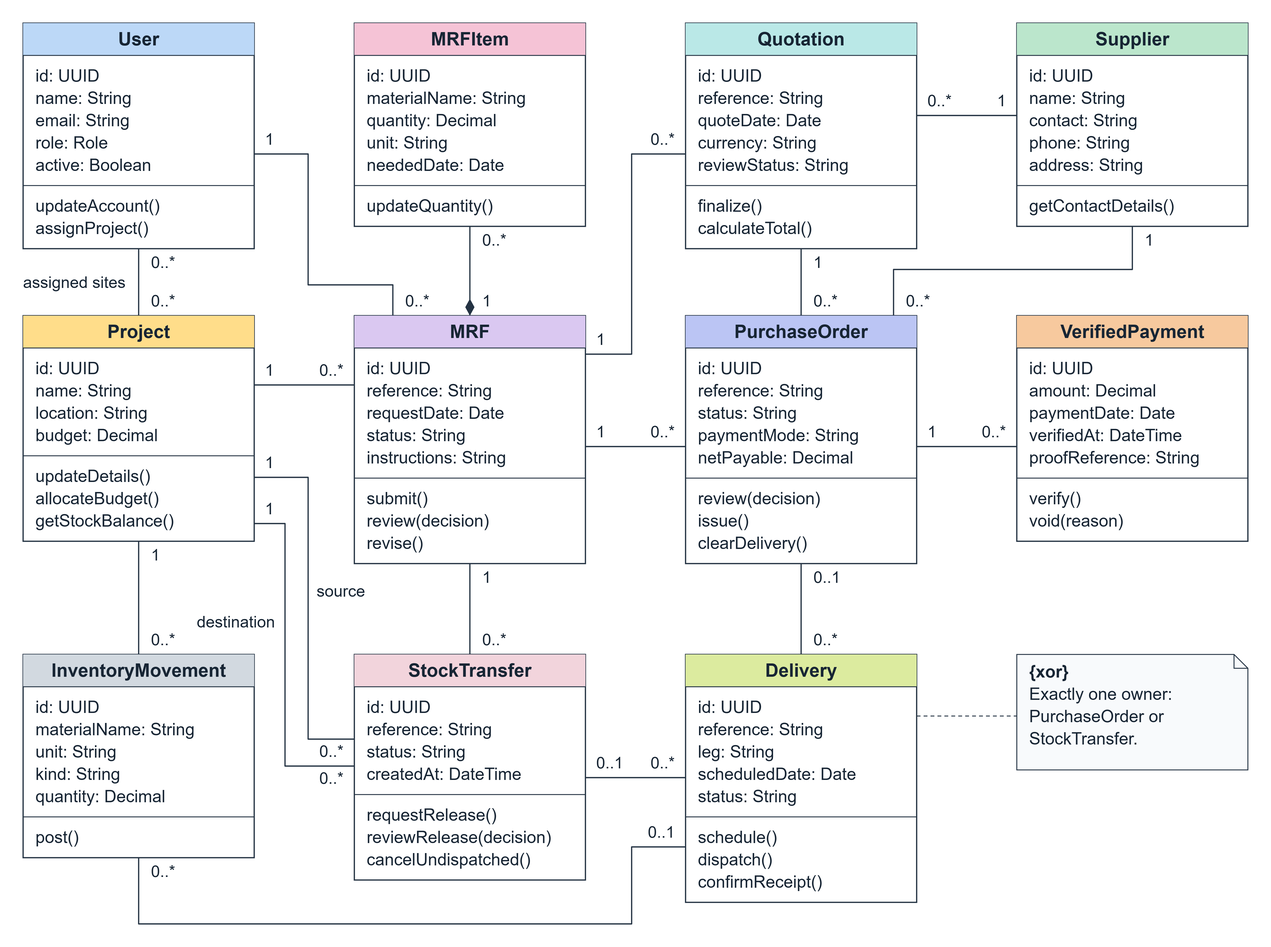
Earlier version of the Mermaid export docs/thesis/uml/constructsync-class-diagram.png (yaboii-jah/HML-Prototype). Its source is kept beside it as docs/thesis/uml/constructsync-class-diagram.mmd.
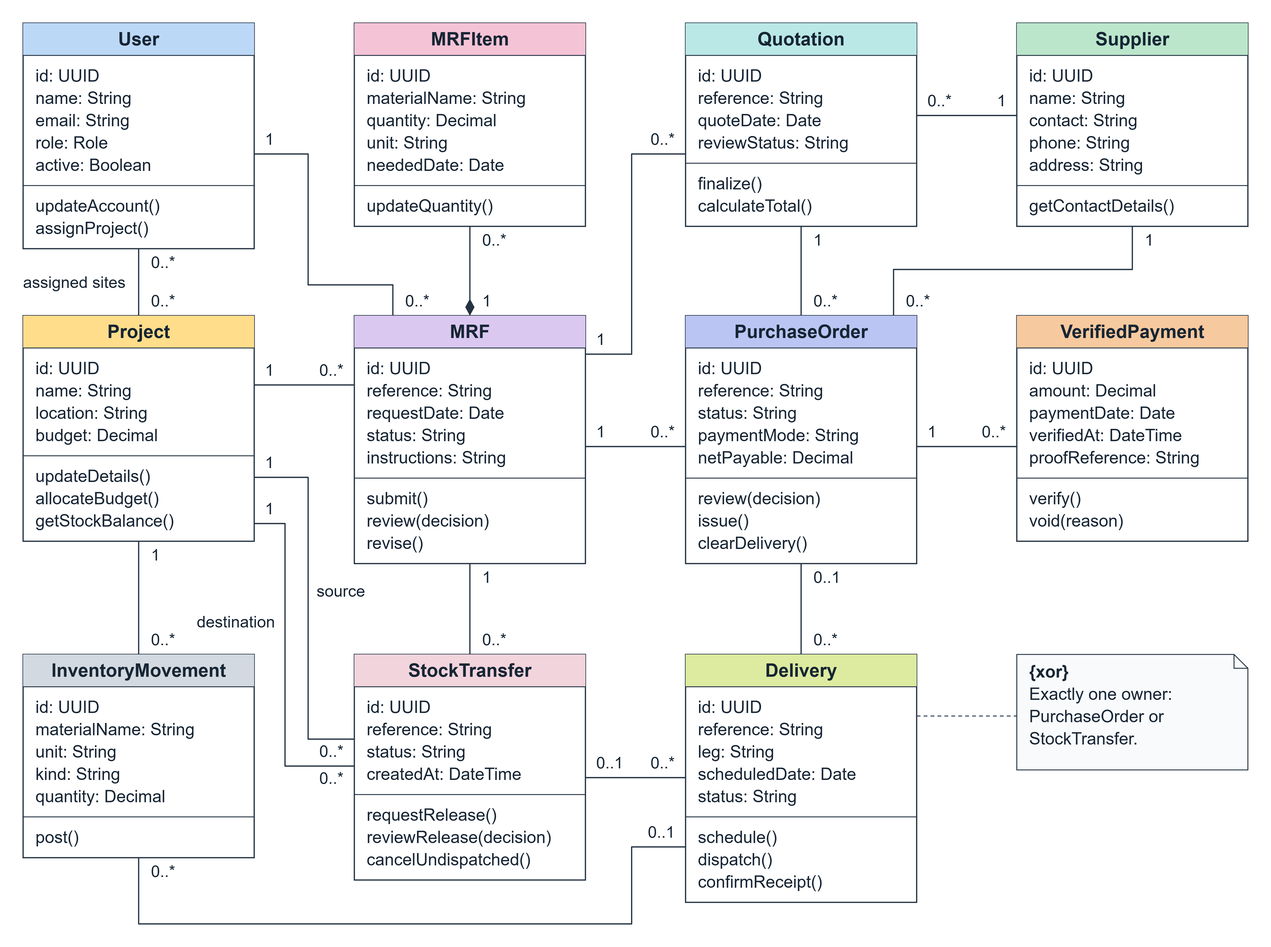
After the commit.

Diff of the diagram source:
```diff
@@ -62,7 +62,6 @@
         UUID id
         String reference
         Date quoteDate
-        String currency
         String reviewStatus
         finalize()
         calculateTotal()
```
